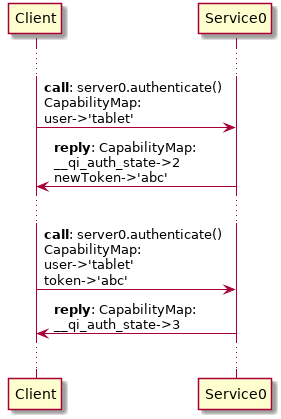
The PlantUML diagram doc/examples-token-generation.png in lugu/qiloop, before a commit. The source it was exported from:
```plantuml
@startuml
    ...

    Client  -> Service0: **call**: server0.authenticate()\nCapabilityMap:\nuser->'tablet'
    Client <-  Service0: **reply**: CapabilityMap:\n__qi_auth_state->2\nnewToken->'abc'
    ...
    Client  -> Service0: **call**: server0.authenticate()\nCapabilityMap:\nuser->'tablet'\ntoken->'abc'
    Client <-  Service0: **reply**: CapabilityMap:\n__qi_auth_state->3

    ...
@enduml
```
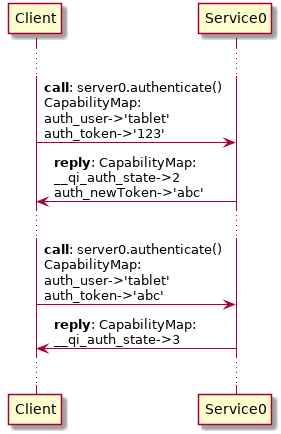
Above is the later version.

Diff of the diagram source:
```diff
@@ -1,11 +1,10 @@
 @startuml
     ...
 
-    Client  -> Service0: **call**: server0.authenticate()\nCapabilityMap:\nuser->'tablet'
-    Client <-  Service0: **reply**: CapabilityMap:\n__qi_auth_state->2\nnewToken->'abc'
+    Client  -> Service0: **call**: server0.authenticate()\nCapabilityMap:\nauth_user->'tablet'\nauth_token->'123'
+    Client <-  Service0: **reply**: CapabilityMap:\n__qi_auth_state->2\nauth_newToken->'abc'
     ...
-    Client  -> Service0: **call**: server0.authenticate()\nCapabilityMap:\nuser->'tablet'\ntoken->'abc'
+    Client  -> Service0: **call**: server0.authenticate()\nCapabilityMap:\nauth_user->'tablet'\nauth_token->'abc'
     Client <-  Service0: **reply**: CapabilityMap:\n__qi_auth_state->3
-
     ...
 @enduml
```
